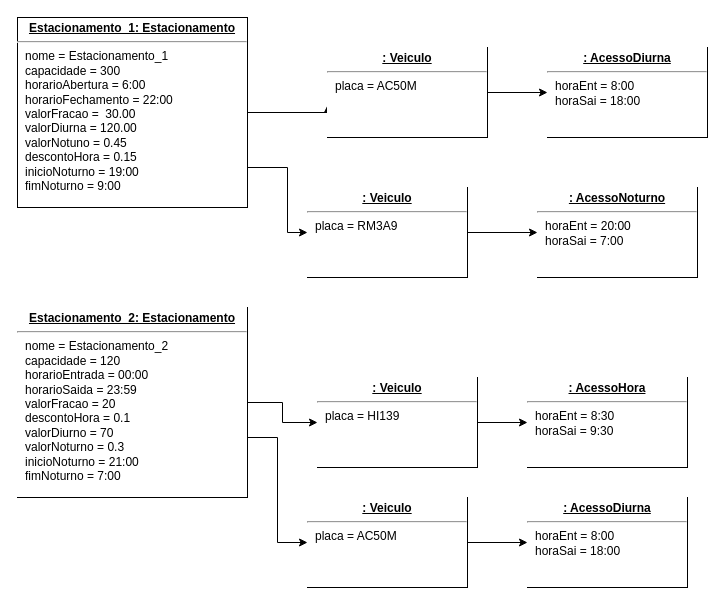
Before: page "Objetos" (2 of 2) of Trabalho1_estacionamento.drawio in ItaloBrunoM/OO_trabalho, a draw.io diagram. Source tidied: cells renumbered, new cells numbered last; positions are measured from the earlier drawing's top-left corner, leaving out a move shared by most shapes. Both pictures are drawn from the tidied source at 100%, with x=0, y=0 at pixel (17, 17).
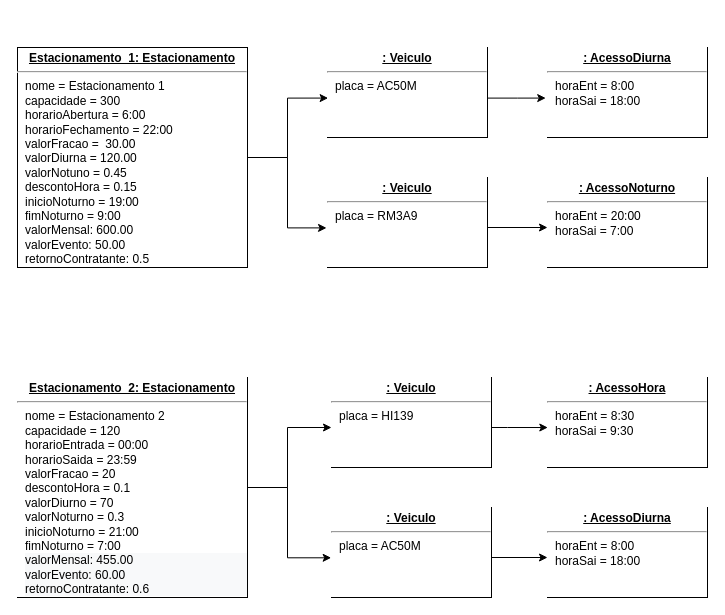
After the change.

Unchanged cells that the change refers to:
```xml
<mxCell id="9" value="&lt;p style=&quot;margin:0px;margin-top:4px;text-align:center;text-decoration:underline;&quot;&gt;&lt;b&gt;: Veiculo&lt;/b&gt;&lt;/p&gt;&lt;hr&gt;&lt;p style=&quot;margin:0px;margin-left:8px;&quot;&gt;placa = AC50M&lt;/p&gt;" style="verticalAlign=top;align=left;overflow=fill;fontSize=12;fontFamily=Helvetica;html=1;labelBackgroundColor=#FFFFFF;fontColor=#000000;" parent="1" vertex="1">
  <mxGeometry x="310" y="30" width="160" height="90" as="geometry" />
</mxCell>
<mxCell id="10" value="&lt;p style=&quot;margin:0px;margin-top:4px;text-align:center;text-decoration:underline;&quot;&gt;&lt;b&gt;: AcessoDiurna&lt;/b&gt;&lt;/p&gt;&lt;hr&gt;&lt;p style=&quot;margin:0px;margin-left:8px;&quot;&gt;horaEnt = 8:00&lt;/p&gt;&lt;p style=&quot;margin:0px;margin-left:8px;&quot;&gt;horaSai = 18:00&lt;/p&gt;" style="verticalAlign=top;align=left;overflow=fill;fontSize=12;fontFamily=Helvetica;html=1;labelBackgroundColor=#FFFFFF;fontColor=#000000;" parent="1" vertex="1">
  <mxGeometry x="530" y="30" width="160" height="90" as="geometry" />
</mxCell>
```

The edit, as a diff of the source:
```diff
@@
-    <mxCell id="2" style="edgeStyle=orthogonalEdgeStyle;rounded=0;jettySize=auto;html=1;entryX=0;entryY=0.5;entryDx=0;entryDy=0;fontFamily=Helvetica;fontSize=12;fontColor=#000000;" parent="1" edge="1" source="4" target="13">
+    <mxCell id="2" style="edgeStyle=orthogonalEdgeStyle;rounded=0;jettySize=auto;html=1;entryX=-0.006;entryY=0.56;entryDx=0;entryDy=0;fontFamily=Helvetica;fontSize=12;fontColor=#000000;entryPerimeter=0;" parent="1" edge="1" source="4" target="13">
       <mxGeometry relative="1" as="geometry">
         <Array as="points">
-          <mxPoint x="270" y="150" />
-          <mxPoint x="270" y="215" />
+          <mxPoint x="270" y="140" />
+          <mxPoint x="270" y="210" />
+          <mxPoint x="310" y="210" />
         </Array>
       </mxGeometry>
     </mxCell>
-    <mxCell id="3" style="edgeStyle=orthogonalEdgeStyle;rounded=0;jettySize=auto;html=1;entryX=0.003;entryY=0.631;entryDx=0;entryDy=0;entryPerimeter=0;fontFamily=Helvetica;fontSize=12;fontColor=#000000;" parent="1" edge="1" source="4" target="9">
+    <mxCell id="3" style="edgeStyle=orthogonalEdgeStyle;rounded=0;jettySize=auto;html=1;fontFamily=Helvetica;fontSize=12;fontColor=#000000;entryX=0.004;entryY=0.562;entryDx=0;entryDy=0;entryPerimeter=0;" parent="1" edge="1" source="4" target="9">
       <mxGeometry relative="1" as="geometry">
         <Array as="points">
-          <mxPoint x="311" y="95" />
+          <mxPoint x="270" y="140" />
+          <mxPoint x="270" y="80" />
+          <mxPoint x="311" y="80" />
         </Array>
       </mxGeometry>
     </mxCell>
-    <mxCell id="4" value="&lt;p style=&quot;margin:0px;margin-top:4px;text-align:center;text-decoration:underline;&quot;&gt;&lt;b&gt;Estacionamento_1: Estacionamento&lt;/b&gt;&lt;/p&gt;&lt;hr&gt;&lt;p style=&quot;margin:0px;margin-left:8px;&quot;&gt;nome = Estacionamento_1&amp;nbsp;&lt;/p&gt;&lt;p style=&quot;margin:0px;margin-left:8px;&quot;&gt;capacidade = 300&lt;br&gt;&lt;/p&gt;&lt;p style=&quot;margin:0px;margin-left:8px;&quot;&gt;horarioAbertura = 6:00&lt;/p&gt;&lt;p style=&quot;margin:0px;margin-left:8px;&quot;&gt;horarioFechamento = 22:00&lt;/p&gt;&lt;p style=&quot;margin:0px;margin-left:8px;&quot;&gt;valorFracao =&amp;nbsp; 30.00&lt;/p&gt;&lt;p style=&quot;margin:0px;margin-left:8px;&quot;&gt;valorDiurna = 120.00&lt;/p&gt;&lt;p style=&quot;margin:0px;margin-left:8px;&quot;&gt;valorNotuno = 0.45&lt;/p&gt;&lt;p style=&quot;margin:0px;margin-left:8px;&quot;&gt;descontoHora = 0.15&lt;/p&gt;&lt;p style=&quot;margin:0px;margin-left:8px;&quot;&gt;inicioNoturno = 19:00&lt;/p&gt;&lt;p style=&quot;margin:0px;margin-left:8px;&quot;&gt;fimNoturno = 9:00&lt;/p&gt;&lt;p style=&quot;margin:0px;margin-left:8px;&quot;&gt;&lt;br&gt;&lt;/p&gt;&lt;p style=&quot;margin:0px;margin-left:8px;&quot;&gt;&lt;br&gt;&lt;/p&gt;" style="verticalAlign=top;align=left;overflow=fill;fontSize=12;fontFamily=Helvetica;html=1;" parent="1" vertex="1">
-      <mxGeometry width="230" height="190" as="geometry" />
+    <mxCell id="4" value="&lt;p style=&quot;margin:0px;margin-top:4px;text-align:center;text-decoration:underline;&quot;&gt;&lt;b&gt;Estacionamento_1: Estacionamento&lt;/b&gt;&lt;/p&gt;&lt;hr&gt;&lt;p style=&quot;margin:0px;margin-left:8px;&quot;&gt;nome = Estacionamento 1&amp;nbsp;&lt;/p&gt;&lt;p style=&quot;margin:0px;margin-left:8px;&quot;&gt;capacidade = 300&lt;br&gt;&lt;/p&gt;&lt;p style=&quot;margin:0px;margin-left:8px;&quot;&gt;horarioAbertura = 6:00&lt;/p&gt;&lt;p style=&quot;margin:0px;margin-left:8px;&quot;&gt;horarioFechamento = 22:00&lt;/p&gt;&lt;p style=&quot;margin:0px;margin-left:8px;&quot;&gt;valorFracao =&amp;nbsp; 30.00&lt;/p&gt;&lt;p style=&quot;margin:0px;margin-left:8px;&quot;&gt;valorDiurna = 120.00&lt;/p&gt;&lt;p style=&quot;margin:0px;margin-left:8px;&quot;&gt;valorNotuno = 0.45&lt;/p&gt;&lt;p style=&quot;margin:0px;margin-left:8px;&quot;&gt;descontoHora = 0.15&lt;/p&gt;&lt;p style=&quot;margin:0px;margin-left:8px;&quot;&gt;inicioNoturno = 19:00&lt;/p&gt;&lt;p style=&quot;margin:0px;margin-left:8px;&quot;&gt;fimNoturno = 9:00&lt;/p&gt;&lt;p style=&quot;margin:0px;margin-left:8px;&quot;&gt;valorMensal: 600.00&lt;/p&gt;&lt;p style=&quot;margin:0px;margin-left:8px;&quot;&gt;valorEvento: 50.00&lt;/p&gt;&lt;p style=&quot;margin:0px;margin-left:8px;&quot;&gt;retornoContratante: 0.5&lt;/p&gt;" style="verticalAlign=top;align=left;overflow=fill;fontSize=12;fontFamily=Helvetica;html=1;" parent="1" vertex="1">
+      <mxGeometry y="30" width="230" height="220" as="geometry" />
     </mxCell>
-    <mxCell id="5" style="edgeStyle=orthogonalEdgeStyle;rounded=0;jettySize=auto;html=1;entryX=0;entryY=0.5;entryDx=0;entryDy=0;fontFamily=Helvetica;fontSize=12;fontColor=#000000;" parent="1" edge="1" source="7" target="15">
-      <mxGeometry relative="1" as="geometry" />
+    <mxCell id="5" style="edgeStyle=orthogonalEdgeStyle;rounded=0;jettySize=auto;html=1;fontFamily=Helvetica;fontSize=12;fontColor=#000000;" parent="1" edge="1" source="7" target="15">
+      <mxGeometry relative="1" as="geometry">
+        <Array as="points">
+          <mxPoint x="270" y="470" />
+          <mxPoint x="270" y="410" />
+        </Array>
+      </mxGeometry>
     </mxCell>
-    <mxCell id="6" style="edgeStyle=orthogonalEdgeStyle;rounded=0;jettySize=auto;html=1;entryX=0;entryY=0.5;entryDx=0;entryDy=0;fontFamily=Helvetica;fontSize=12;fontColor=#000000;" parent="1" edge="1" source="7" target="18">
+    <mxCell id="6" style="edgeStyle=orthogonalEdgeStyle;rounded=0;jettySize=auto;html=1;entryX=-0.002;entryY=0.559;entryDx=0;entryDy=0;fontFamily=Helvetica;fontSize=12;fontColor=#000000;entryPerimeter=0;" parent="1" edge="1" source="7" target="18">
       <mxGeometry relative="1" as="geometry">
         <Array as="points">
-          <mxPoint x="260" y="420" />
-          <mxPoint x="260" y="525" />
+          <mxPoint x="270" y="470" />
+          <mxPoint x="270" y="540" />
+          <mxPoint x="314" y="540" />
         </Array>
       </mxGeometry>
     </mxCell>
-    <mxCell id="7" value="&lt;p style=&quot;margin:0px;margin-top:4px;text-align:center;text-decoration:underline;&quot;&gt;&lt;b&gt;Estacionamento_2: Estacionamento&lt;/b&gt;&lt;/p&gt;&lt;hr&gt;&lt;p style=&quot;margin:0px;margin-left:8px;&quot;&gt;nome = Estacionamento_2&lt;/p&gt;&lt;p style=&quot;margin:0px;margin-left:8px;&quot;&gt;capacidade = 120&lt;/p&gt;&lt;p style=&quot;margin:0px;margin-left:8px;&quot;&gt;horarioEntrada = 00:00&lt;/p&gt;&lt;p style=&quot;margin:0px;margin-left:8px;&quot;&gt;horarioSaida = 23:59&lt;/p&gt;&lt;p style=&quot;margin:0px;margin-left:8px;&quot;&gt;valorFracao = 20&lt;/p&gt;&lt;p style=&quot;margin:0px;margin-left:8px;&quot;&gt;descontoHora = 0.1&lt;/p&gt;&lt;p style=&quot;margin:0px;margin-left:8px;&quot;&gt;valorDiurno = 70&lt;/p&gt;&lt;p style=&quot;margin:0px;margin-left:8px;&quot;&gt;valorNoturno = 0.3&lt;/p&gt;&lt;p style=&quot;margin:0px;margin-left:8px;&quot;&gt;inicioNoturno = 21:00&lt;/p&gt;&lt;p style=&quot;margin:0px;margin-left:8px;&quot;&gt;fimNoturno = 7:00&lt;/p&gt;" style="verticalAlign=top;align=left;overflow=fill;fontSize=12;fontFamily=Helvetica;html=1;labelBackgroundColor=#FFFFFF;fontColor=#000000;" parent="1" vertex="1">
-      <mxGeometry y="290" width="230" height="190" as="geometry" />
+    <mxCell id="7" value="&lt;p style=&quot;margin:0px;margin-top:4px;text-align:center;text-decoration:underline;&quot;&gt;&lt;b&gt;Estacionamento_2: Estacionamento&lt;/b&gt;&lt;/p&gt;&lt;hr&gt;&lt;p style=&quot;margin:0px;margin-left:8px;&quot;&gt;nome = Estacionamento 2&lt;/p&gt;&lt;p style=&quot;margin:0px;margin-left:8px;&quot;&gt;capacidade = 120&lt;/p&gt;&lt;p style=&quot;margin:0px;margin-left:8px;&quot;&gt;horarioEntrada = 00:00&lt;/p&gt;&lt;p style=&quot;margin:0px;margin-left:8px;&quot;&gt;horarioSaida = 23:59&lt;/p&gt;&lt;p style=&quot;margin:0px;margin-left:8px;&quot;&gt;valorFracao = 20&lt;/p&gt;&lt;p style=&quot;margin:0px;margin-left:8px;&quot;&gt;descontoHora = 0.1&lt;/p&gt;&lt;p style=&quot;margin:0px;margin-left:8px;&quot;&gt;valorDiurno = 70&lt;/p&gt;&lt;p style=&quot;margin:0px;margin-left:8px;&quot;&gt;valorNoturno = 0.3&lt;/p&gt;&lt;p style=&quot;margin:0px;margin-left:8px;&quot;&gt;inicioNoturno = 21:00&lt;/p&gt;&lt;p style=&quot;margin:0px;margin-left:8px;&quot;&gt;fimNoturno = 7:00&lt;/p&gt;&lt;p style=&quot;background-color: rgb(248, 249, 250); margin: 0px 0px 0px 8px;&quot;&gt;valorMensal: 455.00&lt;/p&gt;&lt;p style=&quot;background-color: rgb(248, 249, 250); margin: 0px 0px 0px 8px;&quot;&gt;valorEvento: 60.00&lt;/p&gt;&lt;p style=&quot;background-color: rgb(248, 249, 250); margin: 0px 0px 0px 8px;&quot;&gt;retornoContratante: 0.6&lt;br&gt;&lt;/p&gt;" style="verticalAlign=top;align=left;overflow=fill;fontSize=12;fontFamily=Helvetica;html=1;labelBackgroundColor=#FFFFFF;fontColor=#000000;" parent="1" vertex="1">
+      <mxGeometry y="360" width="230" height="220" as="geometry" />
     </mxCell>
-    <mxCell id="8" style="edgeStyle=orthogonalEdgeStyle;rounded=0;jettySize=auto;html=1;entryX=0;entryY=0.5;entryDx=0;entryDy=0;fontFamily=Helvetica;fontSize=12;fontColor=#000000;" parent="1" edge="1" source="9" target="10">
-      <mxGeometry relative="1" as="geometry" />
+    <mxCell id="8" style="edgeStyle=orthogonalEdgeStyle;rounded=0;jettySize=auto;html=1;entryX=-0.011;entryY=0.562;entryDx=0;entryDy=0;fontFamily=Helvetica;fontSize=12;fontColor=#000000;entryPerimeter=0;" parent="1" edge="1" source="9" target="10">
+      <mxGeometry relative="1" as="geometry">
+        <Array as="points">
+          <mxPoint x="500" y="80" />
+        </Array>
+      </mxGeometry>
     </mxCell>
@@
     <mxCell id="11" value="&lt;p style=&quot;margin:0px;margin-top:4px;text-align:center;text-decoration:underline;&quot;&gt;&lt;b&gt;: AcessoNoturno&lt;/b&gt;&lt;/p&gt;&lt;hr&gt;&lt;p style=&quot;margin:0px;margin-left:8px;&quot;&gt;horaEnt = 20:00&lt;/p&gt;&lt;p style=&quot;margin:0px;margin-left:8px;&quot;&gt;horaSai = 7:00&lt;/p&gt;" style="verticalAlign=top;align=left;overflow=fill;fontSize=12;fontFamily=Helvetica;html=1;labelBackgroundColor=#FFFFFF;fontColor=#000000;" parent="1" vertex="1">
-      <mxGeometry x="520" y="170" width="160" height="90" as="geometry" />
+      <mxGeometry x="530" y="160" width="160" height="90" as="geometry" />
     </mxCell>
-    <mxCell id="12" style="edgeStyle=orthogonalEdgeStyle;rounded=0;jettySize=auto;html=1;entryX=0;entryY=0.5;entryDx=0;entryDy=0;fontFamily=Helvetica;fontSize=12;fontColor=#000000;" parent="1" edge="1" source="13" target="11">
-      <mxGeometry relative="1" as="geometry" />
+    <mxCell id="12" style="edgeStyle=orthogonalEdgeStyle;rounded=0;jettySize=auto;html=1;fontFamily=Helvetica;fontSize=12;fontColor=#000000;" parent="1" edge="1" source="13">
+      <mxGeometry relative="1" as="geometry">
+        <mxPoint x="530" y="210" as="targetPoint" />
+        <Array as="points">
+          <mxPoint x="530" y="210" />
+        </Array>
+      </mxGeometry>
     </mxCell>
     <mxCell id="13" value="&lt;p style=&quot;margin:0px;margin-top:4px;text-align:center;text-decoration:underline;&quot;&gt;&lt;b&gt;: Veiculo&lt;/b&gt;&lt;/p&gt;&lt;hr&gt;&lt;p style=&quot;margin:0px;margin-left:8px;&quot;&gt;placa = RM3A9&lt;/p&gt;" style="verticalAlign=top;align=left;overflow=fill;fontSize=12;fontFamily=Helvetica;html=1;labelBackgroundColor=#FFFFFF;fontColor=#000000;" parent="1" vertex="1">
-      <mxGeometry x="290" y="170" width="160" height="90" as="geometry" />
+      <mxGeometry x="310" y="160" width="160" height="90" as="geometry" />
     </mxCell>
-    <mxCell id="14" style="edgeStyle=orthogonalEdgeStyle;rounded=0;jettySize=auto;html=1;entryX=0;entryY=0.5;entryDx=0;entryDy=0;fontFamily=Helvetica;fontSize=12;fontColor=#000000;" parent="1" edge="1" source="15" target="16">
-      <mxGeometry relative="1" as="geometry" />
+    <mxCell id="14" style="edgeStyle=orthogonalEdgeStyle;rounded=0;jettySize=auto;html=1;entryX=0.002;entryY=0.556;entryDx=0;entryDy=0;fontFamily=Helvetica;fontSize=12;fontColor=#000000;entryPerimeter=0;" parent="1" edge="1" source="15" target="16">
+      <mxGeometry relative="1" as="geometry">
+        <Array as="points">
+          <mxPoint x="490" y="410" />
+          <mxPoint x="490" y="410" />
+        </Array>
+      </mxGeometry>
     </mxCell>
     <mxCell id="15" value="&lt;p style=&quot;margin:0px;margin-top:4px;text-align:center;text-decoration:underline;&quot;&gt;&lt;b&gt;: Veiculo&lt;/b&gt;&lt;/p&gt;&lt;hr&gt;&lt;p style=&quot;margin:0px;margin-left:8px;&quot;&gt;placa = HI139&lt;/p&gt;" style="verticalAlign=top;align=left;overflow=fill;fontSize=12;fontFamily=Helvetica;html=1;labelBackgroundColor=#FFFFFF;fontColor=#000000;" parent="1" vertex="1">
-      <mxGeometry x="300" y="360" width="160" height="90" as="geometry" />
+      <mxGeometry x="314" y="360" width="160" height="90" as="geometry" />
     </mxCell>
     <mxCell id="16" value="&lt;p style=&quot;margin:0px;margin-top:4px;text-align:center;text-decoration:underline;&quot;&gt;&lt;b&gt;: AcessoHora&lt;/b&gt;&lt;/p&gt;&lt;hr&gt;&lt;p style=&quot;margin:0px;margin-left:8px;&quot;&gt;horaEnt = 8:30&lt;/p&gt;&lt;p style=&quot;margin:0px;margin-left:8px;&quot;&gt;horaSai = 9:30&lt;/p&gt;" style="verticalAlign=top;align=left;overflow=fill;fontSize=12;fontFamily=Helvetica;html=1;labelBackgroundColor=#FFFFFF;fontColor=#000000;" parent="1" vertex="1">
-      <mxGeometry x="510" y="360" width="160" height="90" as="geometry" />
+      <mxGeometry x="530" y="360" width="160" height="90" as="geometry" />
     </mxCell>
-    <mxCell id="17" style="edgeStyle=orthogonalEdgeStyle;rounded=0;jettySize=auto;html=1;entryX=0;entryY=0.5;entryDx=0;entryDy=0;fontFamily=Helvetica;fontSize=12;fontColor=#000000;" parent="1" edge="1" source="18" target="19">
-      <mxGeometry relative="1" as="geometry" />
+    <mxCell id="17" style="edgeStyle=orthogonalEdgeStyle;rounded=0;jettySize=auto;html=1;fontFamily=Helvetica;fontSize=12;fontColor=#000000;" parent="1" edge="1" source="18">
+      <mxGeometry relative="1" as="geometry">
+        <mxPoint x="530" y="540" as="targetPoint" />
+        <Array as="points">
+          <mxPoint x="530" y="540" />
+        </Array>
+      </mxGeometry>
     </mxCell>
     <mxCell id="18" value="&lt;p style=&quot;margin:0px;margin-top:4px;text-align:center;text-decoration:underline;&quot;&gt;&lt;b&gt;: Veiculo&lt;/b&gt;&lt;/p&gt;&lt;hr&gt;&lt;p style=&quot;margin:0px;margin-left:8px;&quot;&gt;placa = AC50M&lt;/p&gt;" style="verticalAlign=top;align=left;overflow=fill;fontSize=12;fontFamily=Helvetica;html=1;labelBackgroundColor=#FFFFFF;fontColor=#000000;" parent="1" vertex="1">
-      <mxGeometry x="290" y="480" width="160" height="90" as="geometry" />
+      <mxGeometry x="314" y="490" width="160" height="90" as="geometry" />
     </mxCell>
     <mxCell id="19" value="&lt;p style=&quot;margin:0px;margin-top:4px;text-align:center;text-decoration:underline;&quot;&gt;&lt;b&gt;: AcessoDiurna&lt;/b&gt;&lt;/p&gt;&lt;hr&gt;&lt;p style=&quot;margin:0px;margin-left:8px;&quot;&gt;horaEnt = 8:00&lt;/p&gt;&lt;p style=&quot;margin:0px;margin-left:8px;&quot;&gt;horaSai = 18:00&lt;/p&gt;" style="verticalAlign=top;align=left;overflow=fill;fontSize=12;fontFamily=Helvetica;html=1;labelBackgroundColor=#FFFFFF;fontColor=#000000;" parent="1" vertex="1">
-      <mxGeometry x="510" y="480" width="160" height="90" as="geometry" />
+      <mxGeometry x="530" y="490" width="160" height="90" as="geometry" />
     </mxCell>
```
